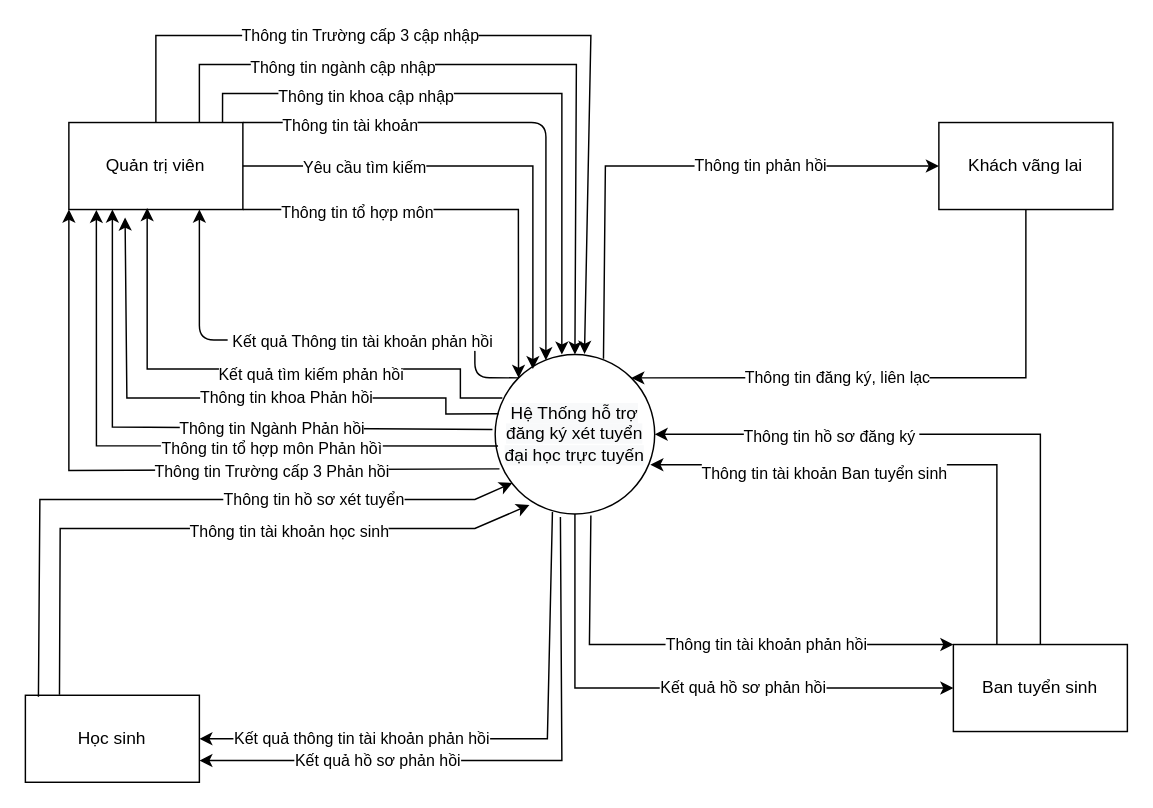
The draw.io diagram page "Biểu đồ luồng dữ liệu mức ngữ cảnh" (2 of 5) of 1. Bao Cao/DATN.drawio in truongquangkhai99/TrinhVanTu_DATN, before the edit. Source tidied: cells renumbered, new cells numbered last; positions are measured from the earlier drawing's top-left corner, leaving out a move shared by most shapes. Both pictures are drawn from the tidied source at 145%, with x=0, y=0 at pixel (25, 35).
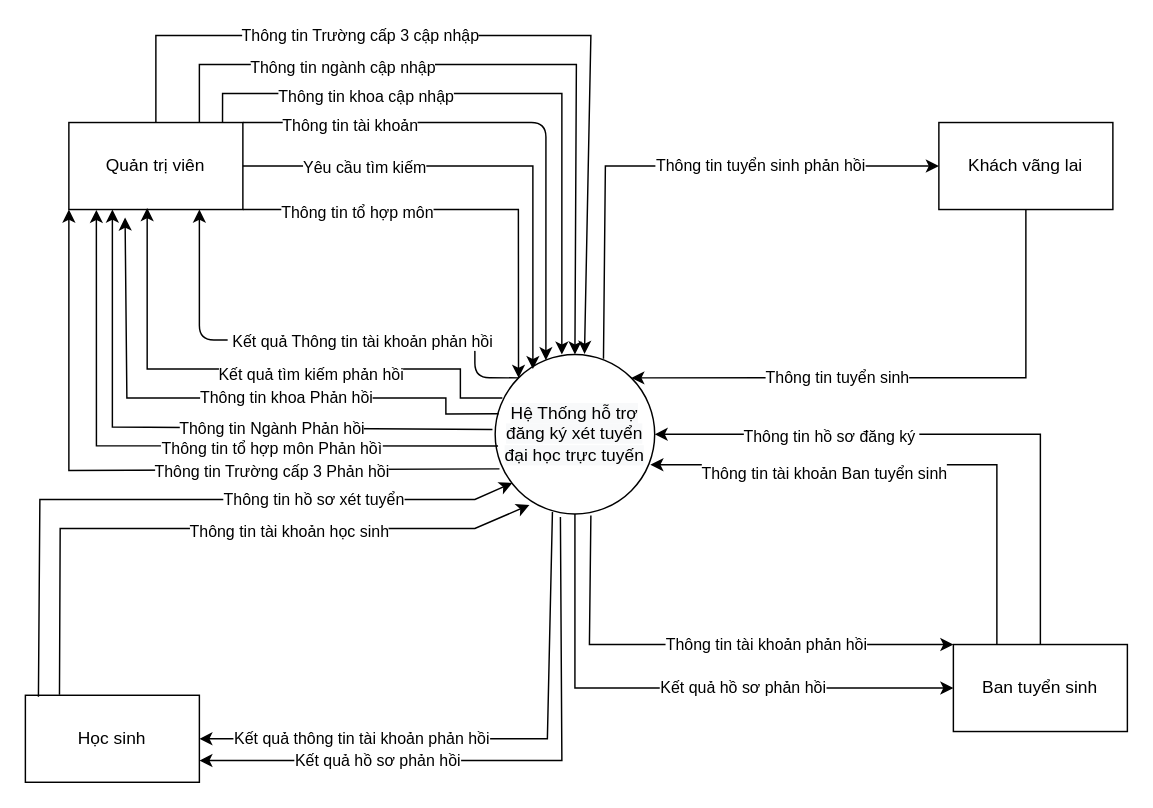
Above is the later version.

Unchanged cells that the change refers to:
```xml
<mxCell id="2" value="&#10;&#10;&lt;span style=&quot;color: rgb(0, 0, 0); font-family: helvetica; font-size: 12px; font-style: normal; font-weight: 400; letter-spacing: normal; text-align: center; text-indent: 0px; text-transform: none; word-spacing: 0px; background-color: rgb(248, 249, 250); display: inline; float: none;&quot;&gt;Hệ Thống hỗ trợ đăng ký xét tuyển đại học trực tuyến&lt;/span&gt;&#10;&#10;" style="ellipse;whiteSpace=wrap;html=1;" parent="1" vertex="1">
  <mxGeometry x="324" y="220" width="110" height="110" as="geometry" />
</mxCell>
<mxCell id="3" value="Khách vãng lai" style="rounded=0;whiteSpace=wrap;html=1;" parent="1" vertex="1">
  <mxGeometry x="630" y="60" width="120" height="60" as="geometry" />
</mxCell>
```

What changed in the source:
```diff
@@
-    <mxCell id="6" value="Thông tin đăng ký, liên lạc" style="endArrow=classic;html=1;rounded=0;exitX=0.5;exitY=1;exitDx=0;exitDy=0;entryX=1;entryY=0;entryDx=0;entryDy=0;verticalAlign=middle;" parent="1" edge="1" source="3" target="2">
+    <mxCell id="6" value="Thông tin tuyển sinh" style="endArrow=classic;html=1;rounded=0;exitX=0.5;exitY=1;exitDx=0;exitDy=0;entryX=1;entryY=0;entryDx=0;entryDy=0;verticalAlign=middle;" parent="1" edge="1" source="3" target="2">
       <mxGeometry x="0.27" relative="1" as="geometry">
         <Array as="points">
           <mxPoint x="690" y="236" />
         </Array>
       </mxGeometry>
     </mxCell>
-    <mxCell id="7" value="Thông tin phản hồi" style="endArrow=classic;html=1;rounded=0;exitX=0.679;exitY=0.027;exitDx=0;exitDy=0;entryX=0;entryY=0.5;entryDx=0;entryDy=0;verticalAlign=middle;exitPerimeter=0;" parent="1" edge="1" source="2" target="3">
+    <mxCell id="7" value="Thông tin tuyển sinh&amp;nbsp;phản hồi" style="endArrow=classic;html=1;rounded=0;exitX=0.679;exitY=0.027;exitDx=0;exitDy=0;entryX=0;entryY=0.5;entryDx=0;entryDy=0;verticalAlign=middle;exitPerimeter=0;" parent="1" edge="1" source="2" target="3">
       <mxGeometry x="0.32" relative="1" as="geometry">
         <Array as="points">
           <mxPoint x="400" y="90" />
         </Array>
       </mxGeometry>
     </mxCell>
```
